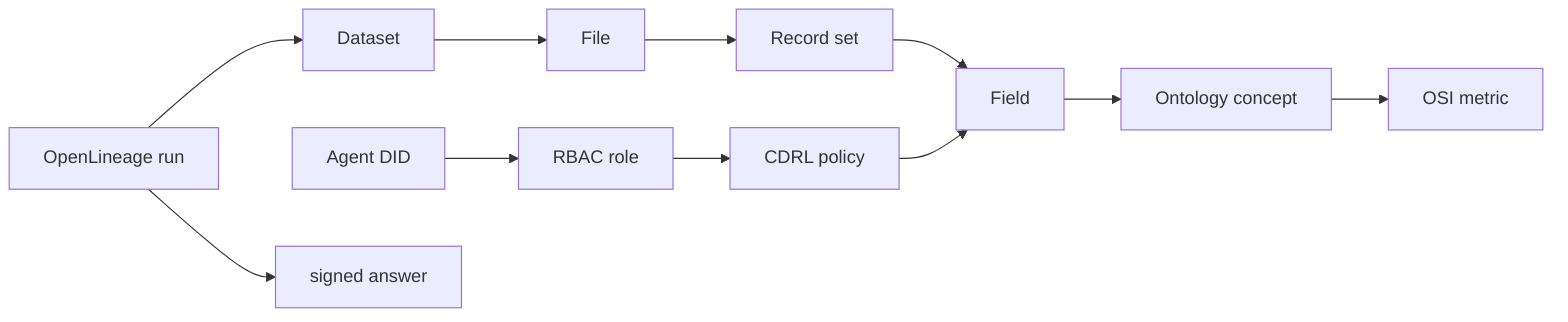
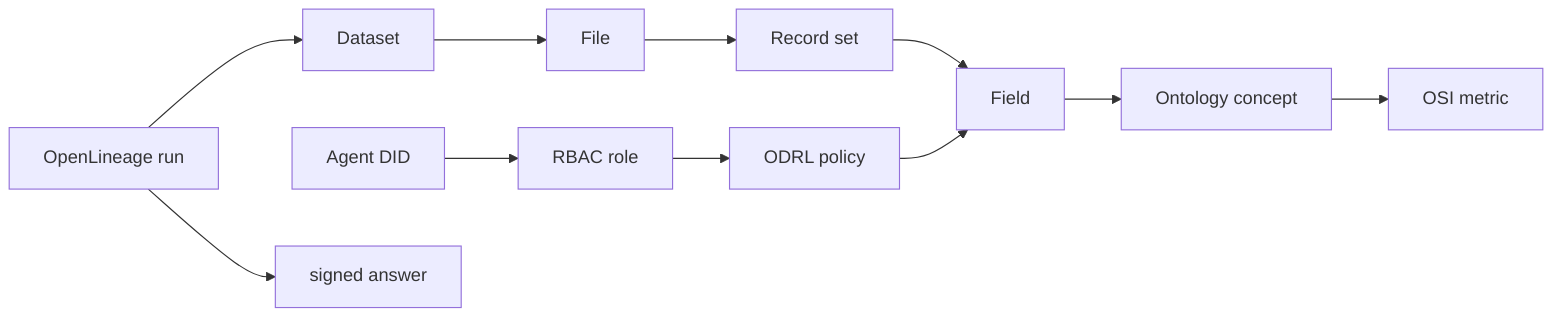
flowchart LR
    Dataset["Dataset"] --> File["File"]
    File --> RecordSet["Record set"]
    RecordSet --> Field["Field"]
    Field --> Concept["Ontology concept"]
    Concept --> Metric["OSI metric"]
-     Policy["CDRL policy"] --> Field
+     Policy["ODRL policy"] --> Field
    Agent["Agent DID"] --> Role["RBAC role"]
    Role --> Policy
    Run["OpenLineage run"] --> Dataset
    Run --> Answer["signed answer"]
